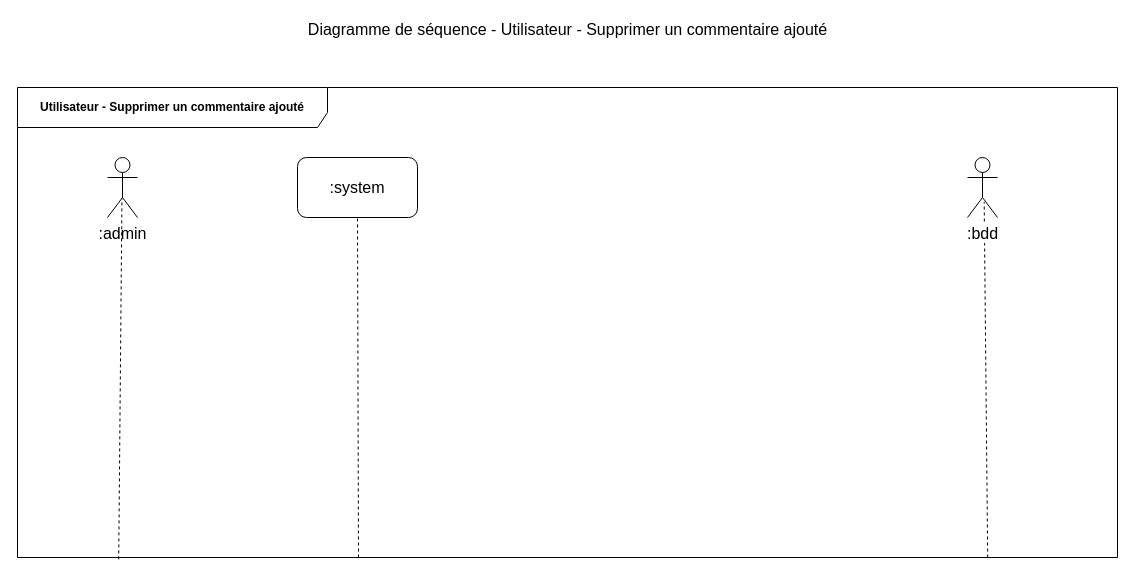
Earlier version of the draw.io diagram uml-diagrams/drawio/diagram-sequence-user-remove-comment.drawio (thomas-claireau/PHP---P6-Openclassrooms). Source tidied: cells renumbered, new cells numbered last; positions are measured from the earlier drawing's top-left corner, leaving out a move shared by most shapes. Both pictures are drawn from the tidied source at 100%, with x=0, y=0 at pixel (17, 17).
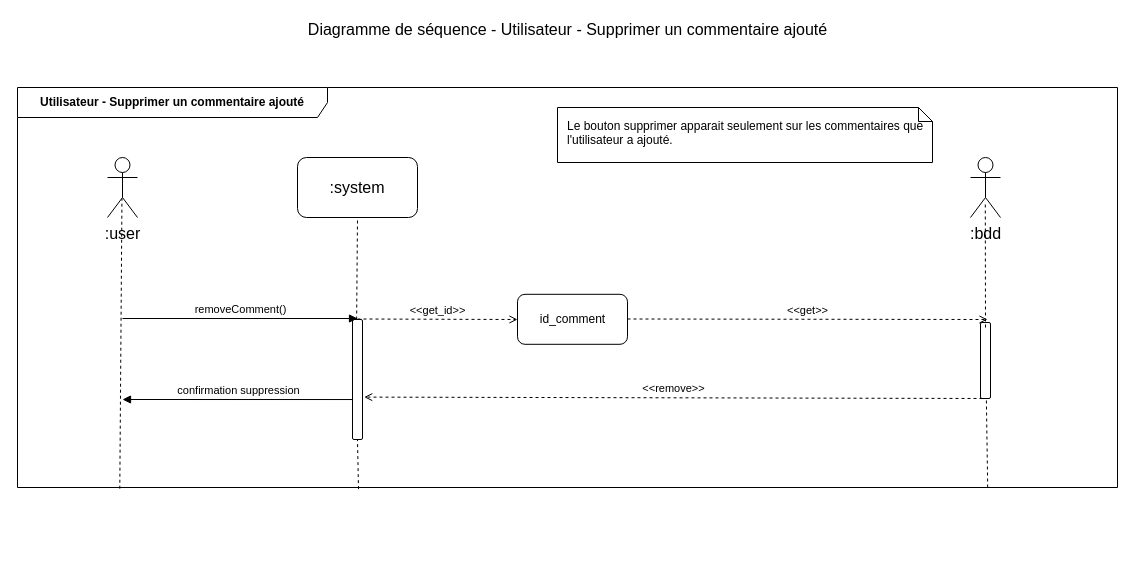
Above is the later version.

Commit message (it also covers changes not shown here):
update sequence diagram

Unchanged cells that the change refers to:
```xml
<mxCell id="5" value=":system" style="rounded=1;whiteSpace=wrap;html=1;shadow=0;labelBackgroundColor=#ffffff;strokeColor=#000000;gradientColor=none;fontSize=16;align=center;" parent="1" vertex="1">
  <mxGeometry x="280" y="140" width="120" height="60" as="geometry" />
</mxCell>
```

Change to the diagram source:
```diff
@@
-    <mxCell id="2" value="Utilisateur - Supprimer un commentaire ajouté" style="shape=umlFrame;whiteSpace=wrap;html=1;width=310;height=40;fontStyle=1;labelBackgroundColor=#ffffff;labelBorderColor=none;gradientColor=none;swimlaneFillColor=none;shadow=0;strokeColor=#000000;" parent="1" vertex="1">
-      <mxGeometry y="70" width="1100" height="470" as="geometry" />
+    <mxCell id="2" value="Utilisateur - Supprimer un commentaire ajouté" style="shape=umlFrame;whiteSpace=wrap;html=1;width=310;height=30;fontStyle=1;labelBackgroundColor=#ffffff;labelBorderColor=none;gradientColor=none;swimlaneFillColor=none;shadow=0;strokeColor=#000000;" parent="1" vertex="1">
+      <mxGeometry y="70" width="1100" height="400" as="geometry" />
     </mxCell>
@@
-    <mxCell id="4" value=":admin" style="shape=umlActor;verticalLabelPosition=bottom;labelBackgroundColor=#ffffff;verticalAlign=top;html=1;shadow=0;strokeColor=#000000;gradientColor=none;fontSize=16;align=center;" parent="1" vertex="1">
-      <mxGeometry x="90" y="140" width="30" height="60" as="geometry" />
-    </mxCell>
+    <mxCell id="10" value=":user" style="shape=umlActor;verticalLabelPosition=bottom;labelBackgroundColor=#ffffff;verticalAlign=top;html=1;shadow=0;strokeColor=#000000;gradientColor=none;fontSize=16;align=center;" parent="1" vertex="1">
+      <mxGeometry x="90" y="140" width="30" height="60" as="geometry" />
+    </mxCell>
@@
-    <mxCell id="6" style="endArrow=none;dashed=1;html=1;fontSize=16;entryX=0.482;entryY=0.683;entryDx=0;entryDy=0;entryPerimeter=0;exitX=0.092;exitY=1.004;exitDx=0;exitDy=0;exitPerimeter=0;" parent="1" edge="1" source="2" target="4">
-      <mxGeometry relative="1" as="geometry" />
-    </mxCell>
-    <mxCell id="7" style="endArrow=none;dashed=1;html=1;fontSize=16;entryX=0.5;entryY=1;entryDx=0;entryDy=0;exitX=0.31;exitY=1;exitDx=0;exitDy=0;exitPerimeter=0;" parent="1" edge="1" source="2" target="5">
-      <mxGeometry relative="1" as="geometry" />
-    </mxCell>
-    <mxCell id="8" style="endArrow=none;dashed=1;html=1;fontSize=16;entryX=0.556;entryY=0.739;entryDx=0;entryDy=0;entryPerimeter=0;exitX=0.882;exitY=1;exitDx=0;exitDy=0;exitPerimeter=0;" parent="1" edge="1" source="2" target="9">
-      <mxGeometry relative="1" as="geometry" />
-    </mxCell>
+    <mxCell id="11" style="endArrow=none;dashed=1;html=1;fontSize=16;entryX=0.482;entryY=0.683;entryDx=0;entryDy=0;entryPerimeter=0;exitX=0.093;exitY=1.003;exitDx=0;exitDy=0;exitPerimeter=0;" parent="1" edge="1" source="2" target="10">
+      <mxGeometry relative="1" as="geometry" />
+    </mxCell>
+    <mxCell id="12" style="endArrow=none;dashed=1;html=1;fontSize=16;entryX=0.5;entryY=1;entryDx=0;entryDy=0;exitX=0.31;exitY=1;exitDx=0;exitDy=0;exitPerimeter=0;" parent="1" edge="1" source="15" target="5">
+      <mxGeometry relative="1" as="geometry" />
+    </mxCell>
     <mxCell id="9" value=":bdd" style="shape=umlActor;verticalLabelPosition=bottom;labelBackgroundColor=#ffffff;verticalAlign=top;html=1;shadow=0;strokeColor=#000000;gradientColor=none;fontSize=16;align=center;" parent="1" vertex="1">
-      <mxGeometry x="950" y="140" width="30" height="60" as="geometry" />
+      <mxGeometry x="953" y="140" width="30" height="60" as="geometry" />
     </mxCell>
+    <mxCell id="13" value="id_comment" style="html=1;gradientColor=none;rounded=1;" parent="1" vertex="1">
+      <mxGeometry x="500" y="276.8" width="110" height="50" as="geometry" />
+    </mxCell>
+    <mxCell id="14" value="&amp;lt;&amp;lt;get_id&amp;gt;&amp;gt;" style="html=1;verticalAlign=bottom;endArrow=open;fontSize=11;dashed=1;endFill=0;" parent="1" edge="1">
+      <mxGeometry relative="1" as="geometry">
+        <mxPoint x="340" y="301.5" as="sourcePoint" />
+        <mxPoint x="500" y="302" as="targetPoint" />
+      </mxGeometry>
+    </mxCell>
+    <mxCell id="15" style="html=1;points=[];perimeter=orthogonalPerimeter;rounded=1;gradientColor=none;" parent="1" vertex="1">
+      <mxGeometry x="335" y="302" width="10" height="120" as="geometry" />
+    </mxCell>
+    <mxCell id="16" style="endArrow=none;dashed=1;html=1;fontSize=16;entryX=0.5;entryY=1;entryDx=0;entryDy=0;exitX=0.31;exitY=1.004;exitDx=0;exitDy=0;exitPerimeter=0;" parent="1" edge="1" source="2" target="15">
+      <mxGeometry relative="1" as="geometry" />
+    </mxCell>
+    <mxCell id="17" value="removeComment()" style="html=1;verticalAlign=bottom;endArrow=block;fontSize=11;" parent="1" edge="1">
+      <mxGeometry relative="1" as="geometry">
+        <mxPoint x="105" y="301" as="sourcePoint" />
+        <mxPoint x="340" y="301" as="targetPoint" />
+      </mxGeometry>
+    </mxCell>
+    <mxCell id="18" style="endArrow=none;dashed=1;html=1;fontSize=16;entryX=0.556;entryY=0.739;entryDx=0;entryDy=0;entryPerimeter=0;exitX=0.882;exitY=1;exitDx=0;exitDy=0;exitPerimeter=0;" parent="1" edge="1" source="2" target="19">
+      <mxGeometry relative="1" as="geometry" />
+    </mxCell>
+    <mxCell id="19" style="html=1;points=[];perimeter=orthogonalPerimeter;rounded=1;gradientColor=none;" parent="1" vertex="1">
+      <mxGeometry x="963" y="305" width="10" height="76" as="geometry" />
+    </mxCell>
+    <mxCell id="20" value="&amp;lt;&amp;lt;get&amp;gt;&amp;gt;" style="html=1;verticalAlign=bottom;endArrow=open;fontSize=11;dashed=1;endFill=0;" parent="1" edge="1">
+      <mxGeometry relative="1" as="geometry">
+        <mxPoint x="610" y="301.5" as="sourcePoint" />
+        <mxPoint x="970" y="302" as="targetPoint" />
+      </mxGeometry>
+    </mxCell>
+    <mxCell id="21" value="&amp;lt;&amp;lt;remove&amp;gt;&amp;gt;" style="html=1;verticalAlign=bottom;endArrow=open;fontSize=11;dashed=1;endFill=0;entryX=1.168;entryY=0.713;entryDx=0;entryDy=0;entryPerimeter=0;exitX=0.146;exitY=0.999;exitDx=0;exitDy=0;exitPerimeter=0;" parent="1" edge="1">
+      <mxGeometry relative="1" as="geometry">
+        <mxPoint x="965" y="381" as="sourcePoint" />
+        <mxPoint x="346.7" y="379.6" as="targetPoint" />
+      </mxGeometry>
+    </mxCell>
+    <mxCell id="22" value="confirmation suppression" style="html=1;verticalAlign=bottom;endArrow=block;fontSize=11;exitX=0.057;exitY=0.667;exitDx=0;exitDy=0;exitPerimeter=0;" parent="1" edge="1" source="15">
+      <mxGeometry relative="1" as="geometry">
+        <mxPoint x="105" y="382" as="targetPoint" />
+      </mxGeometry>
+    </mxCell>
+    <mxCell id="23" style="endArrow=none;dashed=1;html=1;fontSize=16;entryX=0.493;entryY=0.739;entryDx=0;entryDy=0;entryPerimeter=0;" parent="1" edge="1" target="9">
+      <mxGeometry relative="1" as="geometry">
+        <mxPoint x="968" y="310" as="sourcePoint" />
+      </mxGeometry>
+    </mxCell>
+    <mxCell id="24" value="Le bouton supprimer apparait seulement sur les commentaires que l'utilisateur a ajouté." style="shape=note;whiteSpace=wrap;html=1;size=14;verticalAlign=top;align=left;spacingTop=5;rounded=1;gradientColor=none;spacingLeft=8;spacingRight=8;" parent="1" vertex="1">
+      <mxGeometry x="540" y="90" width="375" height="55" as="geometry" />
+    </mxCell>
```
